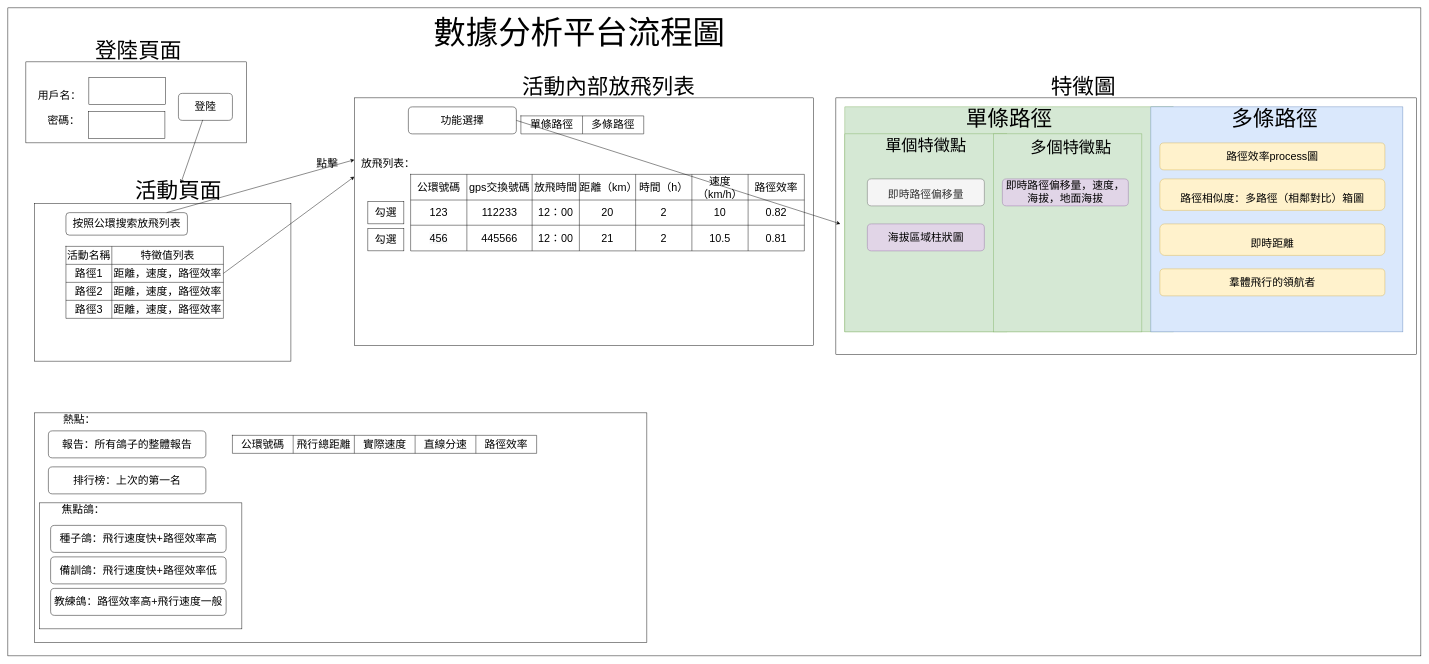
This is page "數據分析平台-流程圖" (10 of 18) of gpsDataAnalysisFunctionDesion.drawio from pengzhen80/PigeonRace, a draw.io file, before an edit. Source tidied: cells renumbered, new cells numbered last; positions are measured from the earlier drawing's top-left corner, leaving out a move shared by most shapes. Both pictures are drawn from the tidied source at 45%, with x=0, y=0 at pixel (8, 8).
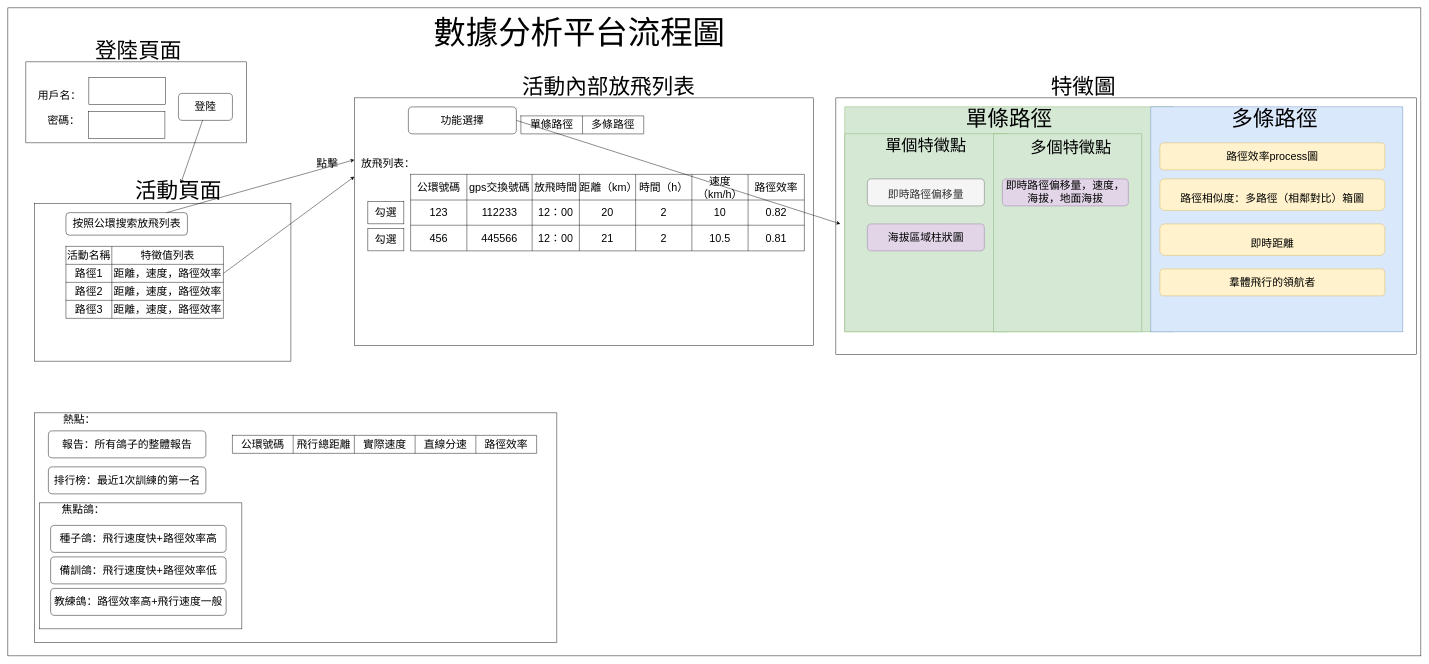
The same diagram, later.

The edit, as a diff of the source:
```diff
@@
     <mxCell id="3" style="rounded=0;whiteSpace=wrap;html=1;fontSize=24;" parent="1" vertex="1">
-      <mxGeometry x="59" y="900" width="1361" height="510" as="geometry" />
+      <mxGeometry x="59" y="900" width="1161" height="510" as="geometry" />
     </mxCell>
@@
-    <mxCell id="88" value="排行榜：上次的第一名" style="rounded=1;whiteSpace=wrap;html=1;fontSize=24;" parent="1" vertex="1">
+    <mxCell id="88" value="排行榜：最近1次訓練的第一名" style="rounded=1;whiteSpace=wrap;html=1;fontSize=24;" parent="1" vertex="1">
       <mxGeometry x="90" y="1020" width="350" height="60" as="geometry" />
     </mxCell>
```
